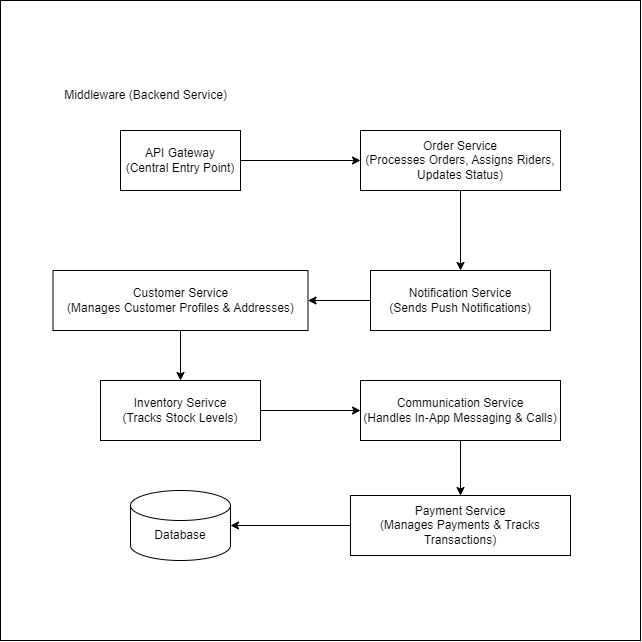
Above: Middleware.png in alysyawafa/CAFE-SHOP-SYSTEM (draw.io), before the change. Source tidied: cells renumbered, new cells last; positions are measured from the earlier drawing's top-left corner, leaving out a move shared by most shapes.
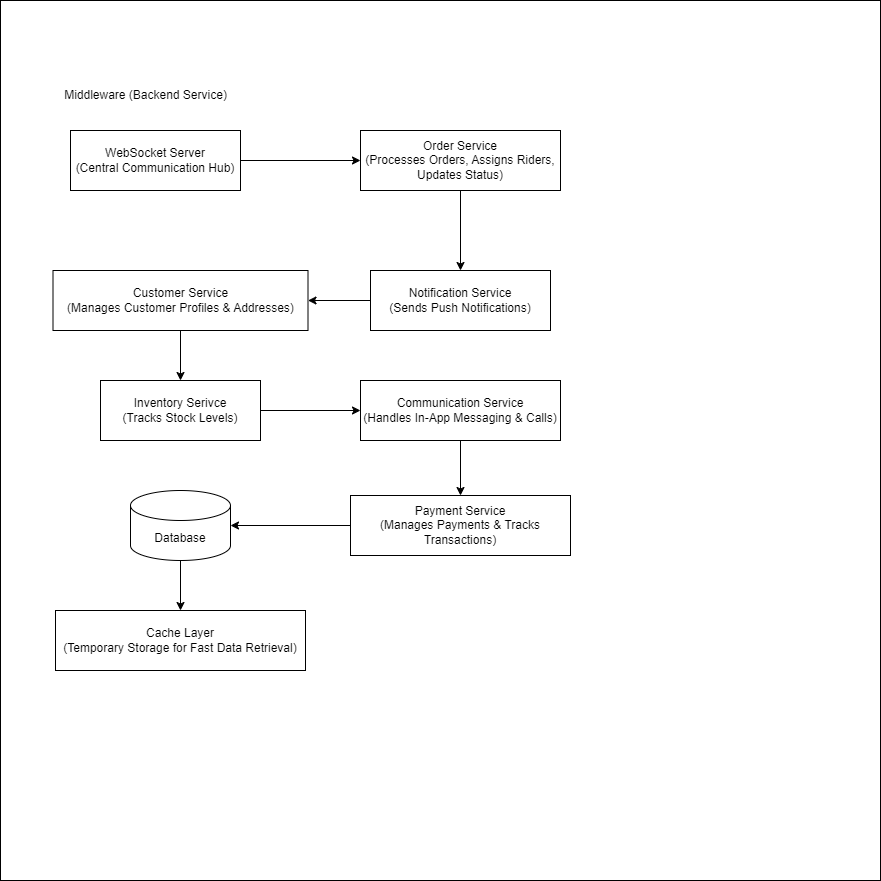
The same diagram one commit later.

What changed in the source:
```diff
@@ -3,7 +3,7 @@
     <mxCell id="0" />
     <mxCell id="1" parent="0" />
     <mxCell id="2" style="whiteSpace=wrap;html=1;" parent="1" vertex="1">
-      <mxGeometry width="640" height="640" as="geometry" />
+      <mxGeometry width="880" height="880" as="geometry" />
     </mxCell>
     <mxCell id="3" value="Middleware (Backend Service)" style="text;html=1;align=center;verticalAlign=middle;strokeColor=none;fillColor=none;" parent="1" vertex="1">
       <mxGeometry x="50" y="80" width="190" height="30" as="geometry" />
@@ -11,8 +11,8 @@
     <mxCell id="4" style="edgeStyle=orthogonalEdgeStyle;rounded=0;jettySize=auto;html=1;" parent="1" edge="1" source="5" target="7">
       <mxGeometry relative="1" as="geometry" />
     </mxCell>
-    <mxCell id="5" value="API Gateway&lt;div&gt;(Central Entry Point)&lt;br&gt;&lt;/div&gt;" style="rounded=0;whiteSpace=wrap;html=1;" parent="1" vertex="1">
-      <mxGeometry x="120" y="130" width="120" height="60" as="geometry" />
+    <mxCell id="5" value="&lt;div&gt;WebSocket Server&lt;/div&gt;&lt;div&gt;(Central Communication Hub)&lt;/div&gt;" style="rounded=0;whiteSpace=wrap;html=1;" parent="1" vertex="1">
+      <mxGeometry x="70" y="130" width="170" height="60" as="geometry" />
     </mxCell>
     <mxCell id="6" style="edgeStyle=orthogonalEdgeStyle;rounded=0;jettySize=auto;html=1;exitX=0.5;exitY=1;exitDx=0;exitDy=0;" parent="1" edge="1" source="7" target="11">
       <mxGeometry relative="1" as="geometry" />
@@ -47,11 +47,17 @@
     <mxCell id="16" value="Communication Service&lt;div&gt;(Handles In-App Messaging &amp;amp; Calls)&lt;br&gt;&lt;/div&gt;" style="whiteSpace=wrap;html=1;rounded=0;" parent="1" vertex="1">
       <mxGeometry x="360" y="380" width="200" height="60" as="geometry" />
     </mxCell>
-    <mxCell id="17" value="Database" style="shape=cylinder3;whiteSpace=wrap;html=1;boundedLbl=1;backgroundOutline=1;size=15;" parent="1" vertex="1">
-      <mxGeometry x="130" y="490" width="100" height="70" as="geometry" />
+    <mxCell id="17" style="edgeStyle=orthogonalEdgeStyle;rounded=0;jettySize=auto;html=1;" parent="1" edge="1" source="18" target="20">
+      <mxGeometry relative="1" as="geometry" />
     </mxCell>
-    <mxCell id="18" style="edgeStyle=orthogonalEdgeStyle;rounded=0;jettySize=auto;html=1;entryX=1;entryY=0.5;entryDx=0;entryDy=0;entryPerimeter=0;" parent="1" edge="1" source="12" target="17">
-      <mxGeometry relative="1" as="geometry" />
+    <mxCell id="18" value="Database" style="shape=cylinder3;whiteSpace=wrap;html=1;boundedLbl=1;backgroundOutline=1;size=15;" parent="1" vertex="1">
+      <mxGeometry x="130" y="490" width="100" height="70" as="geometry" />
     </mxCell>
+    <mxCell id="19" style="edgeStyle=orthogonalEdgeStyle;rounded=0;jettySize=auto;html=1;entryX=1;entryY=0.5;entryDx=0;entryDy=0;entryPerimeter=0;" parent="1" edge="1" source="12" target="18">
+      <mxGeometry relative="1" as="geometry" />
+    </mxCell>
+    <mxCell id="20" value="Cache Layer&lt;div&gt;(Temporary Storage for Fast Data Retrieval)&lt;/div&gt;" style="whiteSpace=wrap;html=1;" parent="1" vertex="1">
+      <mxGeometry x="55" y="610" width="250" height="60" as="geometry" />
+    </mxCell>
   </root>
 </mxGraphModel>
```
